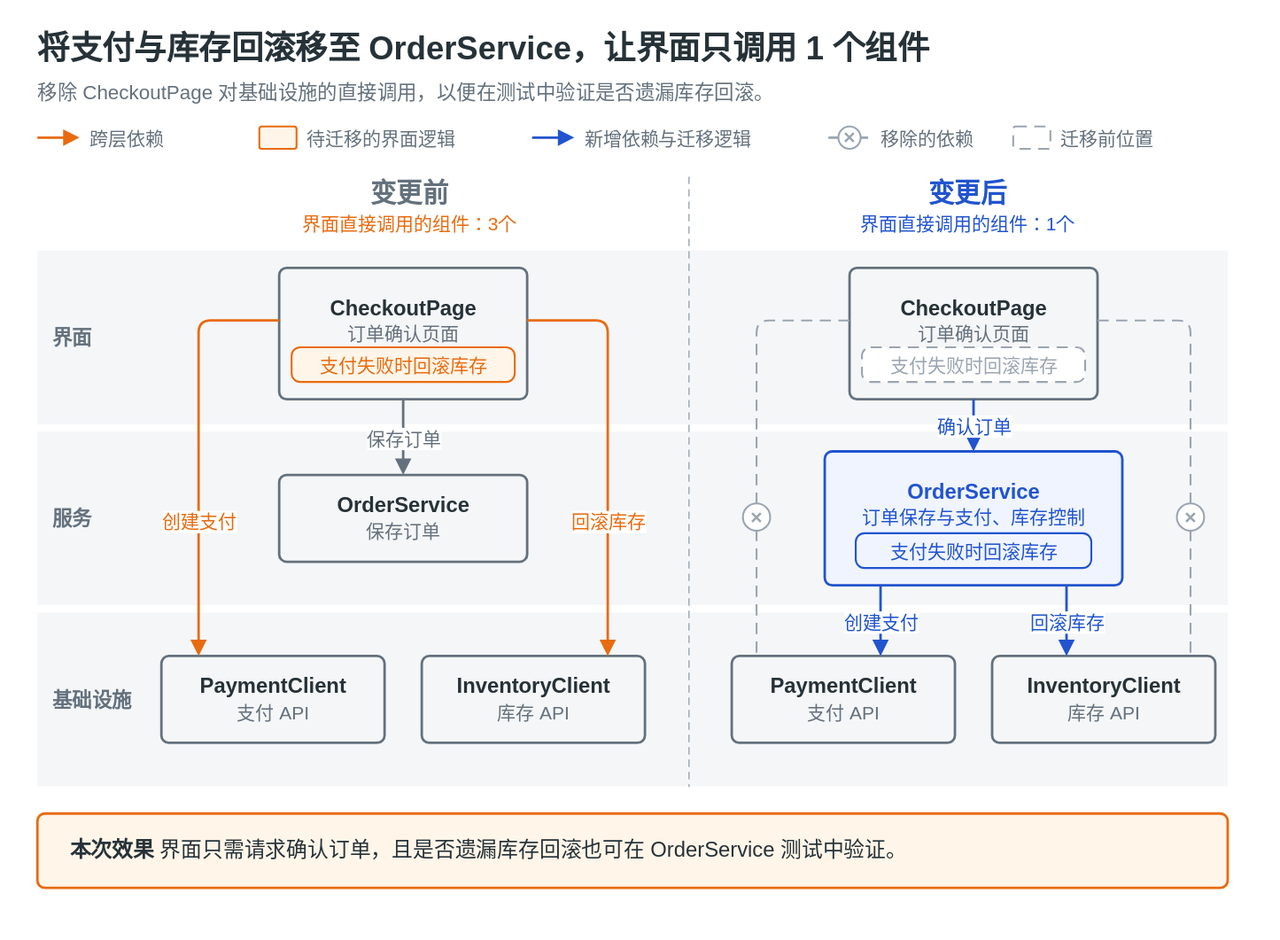
Before: docs/samples/zh-CN/before-after-split.drawio.svg, a diagram exported from draw.io (nntto/explanatory-diagrams). Source tidied: cells renumbered, new cells last; positions are measured from the earlier drawing's top-left corner, leaving out a move shared by most shapes.
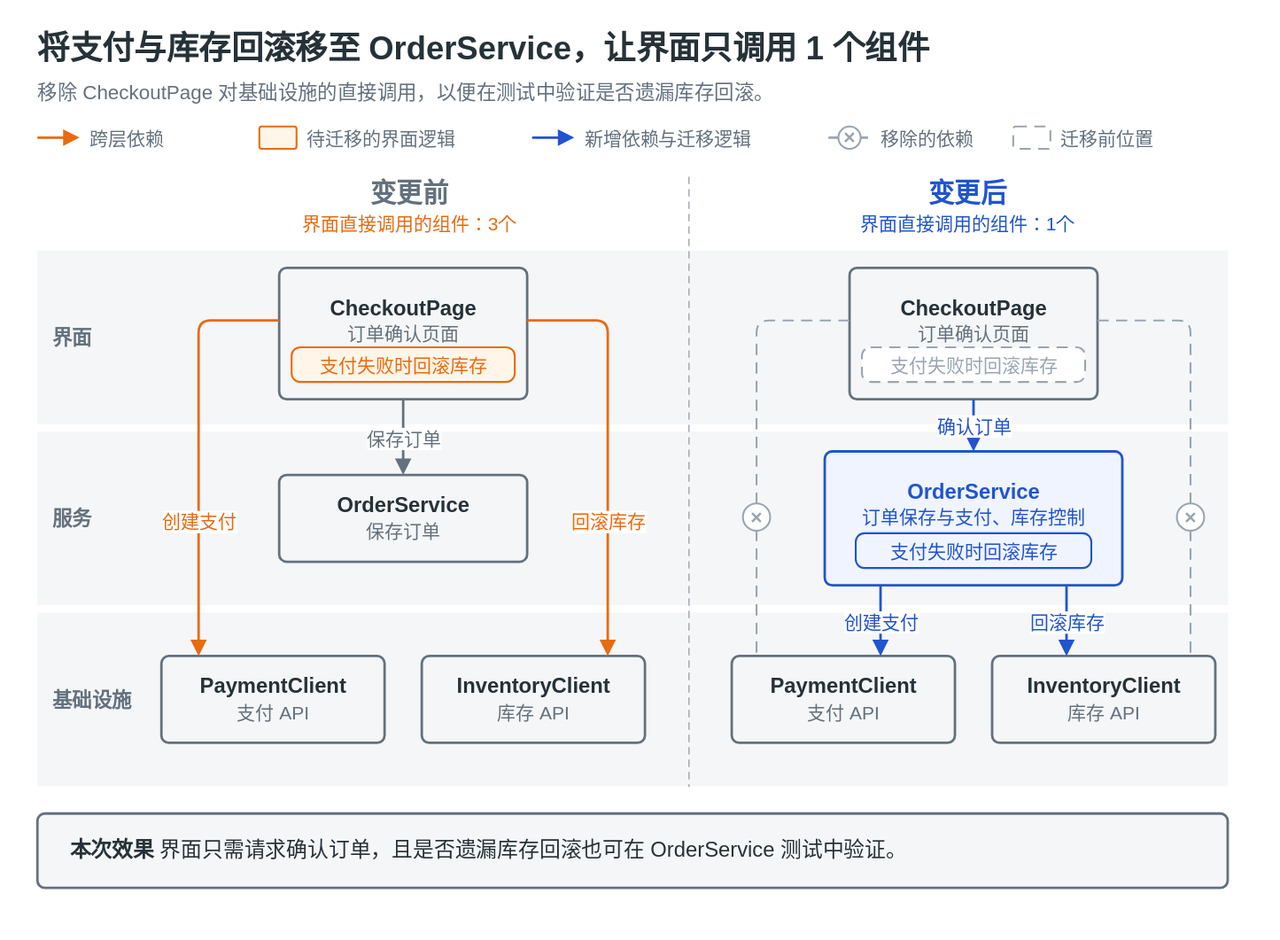
Later version of the same file.

The edit, as a diff of the source:
```diff
@@ -165,7 +165,7 @@
     <mxCell id="46" value="✕" style="ellipse;whiteSpace=wrap;html=1;fillColor=#ffffff;strokeColor=#9aa5b1;strokeWidth=1.5;fontColor=#9aa5b1;fontStyle=1;fontFamily=Helvetica;fontSize=13;spacing=0;" parent="1" vertex="1">
       <mxGeometry x="919" y="386" width="22" height="22" as="geometry" />
     </mxCell>
-    <mxCell id="47" value="&lt;b&gt;本次效果&lt;/b&gt; 界面只需请求确认订单，且是否遗漏库存回滚也可在 OrderService 测试中验证。" style="rounded=1;absoluteArcSize=1;arcSize=12;whiteSpace=wrap;html=1;fillColor=#fff5e8;strokeColor=#e86b10;strokeWidth=2;fontColor=#263238;fontFamily=Helvetica;fontSize=17;align=left;verticalAlign=middle;spacing=10;spacingLeft=16;" parent="1" vertex="1">
+    <mxCell id="47" value="&lt;b&gt;本次效果&lt;/b&gt; 界面只需请求确认订单，且是否遗漏库存回滚也可在 OrderService 测试中验证。" style="rounded=1;absoluteArcSize=1;arcSize=12;whiteSpace=wrap;html=1;fillColor=#f5f6f7;strokeColor=#64717d;strokeWidth=2;fontColor=#263238;fontFamily=Helvetica;fontSize=17;align=left;verticalAlign=middle;spacing=10;spacingLeft=16;" parent="1" vertex="1">
       <mxGeometry y="636" width="960" height="60" as="geometry" />
     </mxCell>
   </root>
```
